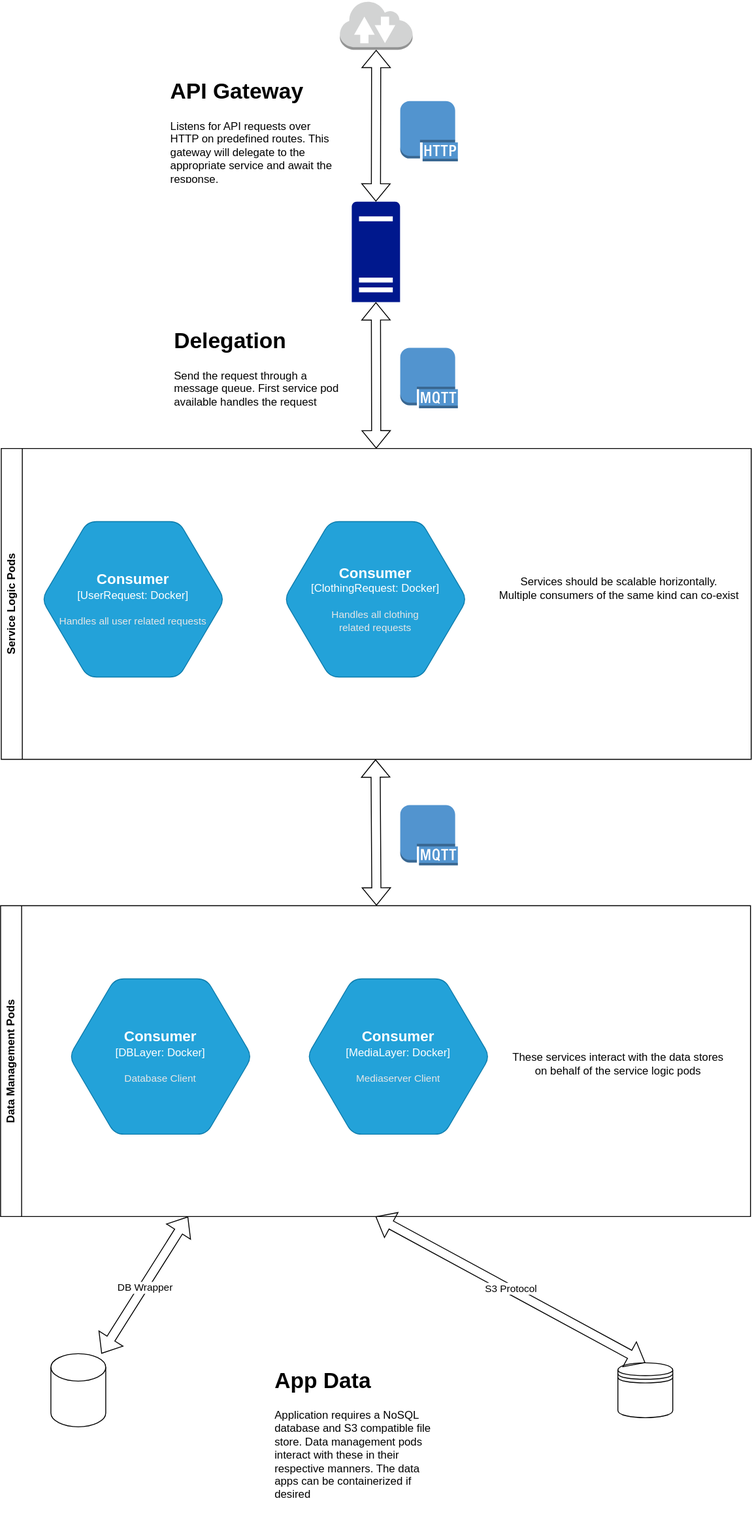
The draw.io diagram src/implementation/figures/service-workflow.drawio.svg in fit-check-app/design-spec, before a commit. Source tidied: cells renumbered, new cells last; positions are measured from the earlier drawing's top-left corner, leaving out a move shared by most shapes.
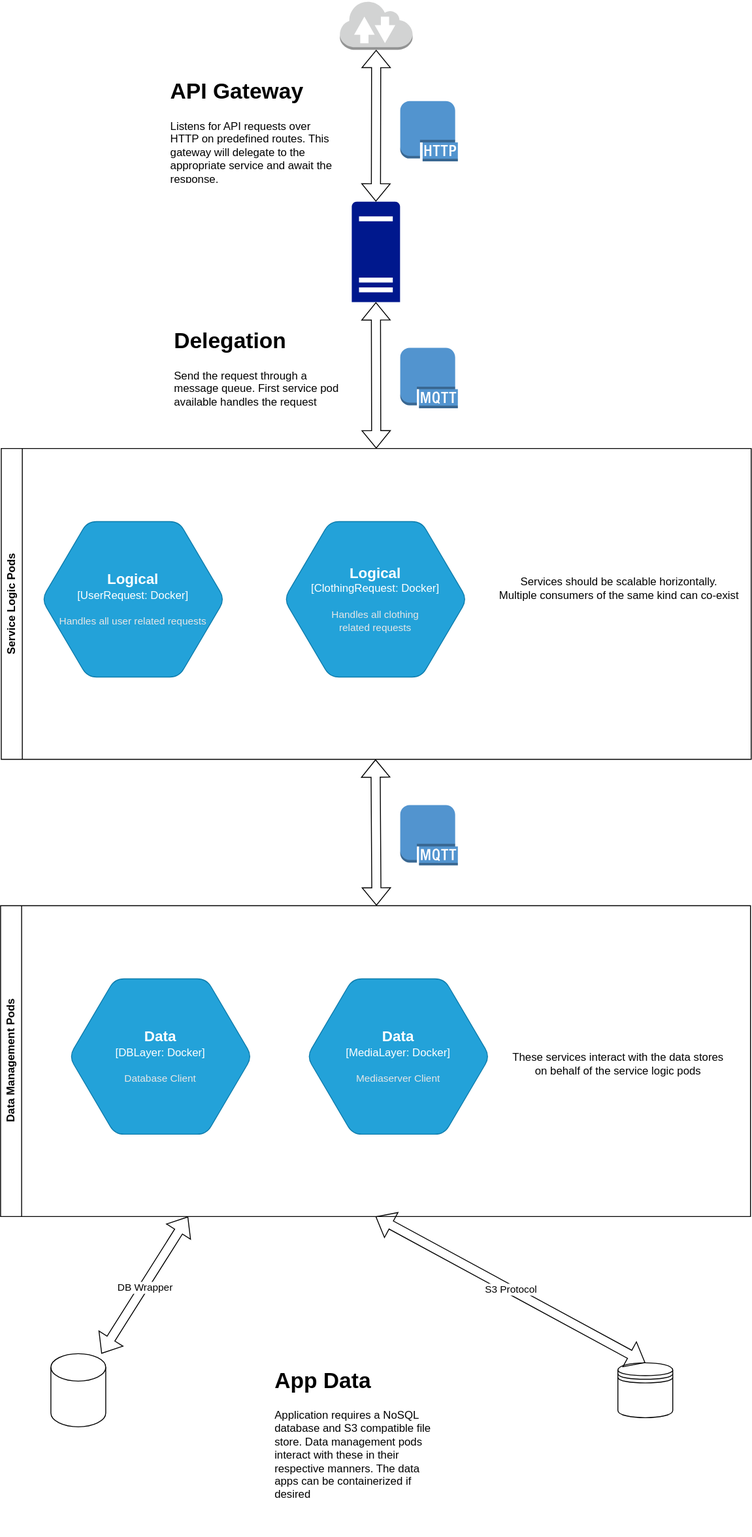
Above is the later version.

Commit message:
Fix workflow consistency

Change to the diagram source:
```diff
@@ -20,12 +20,12 @@
     <mxCell id="7" value="Service Logic Pods" style="swimlane;horizontal=0;whiteSpace=wrap;html=1;" parent="1" vertex="1">
       <mxGeometry x="0.8" y="490" width="820" height="340" as="geometry" />
     </mxCell>
-    <object id="8" label="&lt;font style=&quot;font-size: 16px&quot;&gt;&lt;b&gt;%c4Type%&lt;/b&gt;&lt;/font&gt;&lt;div&gt;[%c4Container%:&amp;nbsp;%c4Technology%]&lt;/div&gt;&lt;br&gt;&lt;div&gt;&lt;font style=&quot;font-size: 11px&quot;&gt;&lt;font color=&quot;#E6E6E6&quot;&gt;%c4Description%&lt;/font&gt;&lt;/div&gt;" c4Container="UserRequest" c4Description="Handles all user related requests" c4Technology="Docker" c4Type="Consumer" placeholders="1">
+    <object id="8" label="&lt;font style=&quot;font-size: 16px&quot;&gt;&lt;b&gt;%c4Type%&lt;/b&gt;&lt;/font&gt;&lt;div&gt;[%c4Container%:&amp;nbsp;%c4Technology%]&lt;/div&gt;&lt;br&gt;&lt;div&gt;&lt;font style=&quot;font-size: 11px&quot;&gt;&lt;font color=&quot;#E6E6E6&quot;&gt;%c4Description%&lt;/font&gt;&lt;/div&gt;" c4Container="UserRequest" c4Description="Handles all user related requests" c4Technology="Docker" c4Type="Logical" placeholders="1">
       <mxCell style="shape=hexagon;size=50;perimeter=hexagonPerimeter2;whiteSpace=wrap;html=1;fixedSize=1;rounded=1;labelBackgroundColor=none;fillColor=#23A2D9;fontSize=12;fontColor=#ffffff;align=center;strokeColor=#0E7DAD;" parent="7" vertex="1">
         <mxGeometry x="44.2" y="80" width="200" height="170" as="geometry" />
       </mxCell>
     </object>
-    <object id="9" label="&lt;font style=&quot;font-size: 16px&quot;&gt;&lt;b&gt;%c4Type%&lt;/b&gt;&lt;/font&gt;&lt;div&gt;[%c4Container%:&amp;nbsp;%c4Technology%]&lt;/div&gt;&lt;br&gt;&lt;div&gt;&lt;font style=&quot;font-size: 11px&quot;&gt;&lt;font color=&quot;#E6E6E6&quot;&gt;%c4Description%&lt;/font&gt;&lt;/div&gt;" c4Container="ClothingRequest" c4Description="Handles all clothing&#10; related requests" c4Technology="Docker" c4Type="Consumer" placeholders="1">
+    <object id="9" label="&lt;font style=&quot;font-size: 16px&quot;&gt;&lt;b&gt;%c4Type%&lt;/b&gt;&lt;/font&gt;&lt;div&gt;[%c4Container%:&amp;nbsp;%c4Technology%]&lt;/div&gt;&lt;br&gt;&lt;div&gt;&lt;font style=&quot;font-size: 11px&quot;&gt;&lt;font color=&quot;#E6E6E6&quot;&gt;%c4Description%&lt;/font&gt;&lt;/div&gt;" c4Container="ClothingRequest" c4Description="Handles all clothing&#10; related requests" c4Technology="Docker" c4Type="Logical" placeholders="1">
       <mxCell style="shape=hexagon;size=50;perimeter=hexagonPerimeter2;whiteSpace=wrap;html=1;fixedSize=1;rounded=1;labelBackgroundColor=none;fillColor=#23A2D9;fontSize=12;fontColor=#ffffff;align=center;strokeColor=#0E7DAD;" parent="7" vertex="1">
         <mxGeometry x="309.2" y="80" width="200" height="170" as="geometry" />
       </mxCell>
@@ -45,12 +45,12 @@
     <mxCell id="14" value="Data Management Pods" style="swimlane;horizontal=0;whiteSpace=wrap;html=1;" parent="1" vertex="1">
       <mxGeometry y="990" width="820" height="340" as="geometry" />
     </mxCell>
-    <object id="15" label="&lt;font style=&quot;font-size: 16px&quot;&gt;&lt;b&gt;%c4Type%&lt;/b&gt;&lt;/font&gt;&lt;div&gt;[%c4Container%:&amp;nbsp;%c4Technology%]&lt;/div&gt;&lt;br&gt;&lt;div&gt;&lt;font style=&quot;font-size: 11px&quot;&gt;&lt;font color=&quot;#E6E6E6&quot;&gt;%c4Description%&lt;/font&gt;&lt;/div&gt;" c4Container="DBLayer" c4Description="Database Client" c4Technology="Docker" c4Type="Consumer" placeholders="1">
+    <object id="15" label="&lt;font style=&quot;font-size: 16px&quot;&gt;&lt;b&gt;%c4Type%&lt;/b&gt;&lt;/font&gt;&lt;div&gt;[%c4Container%:&amp;nbsp;%c4Technology%]&lt;/div&gt;&lt;br&gt;&lt;div&gt;&lt;font style=&quot;font-size: 11px&quot;&gt;&lt;font color=&quot;#E6E6E6&quot;&gt;%c4Description%&lt;/font&gt;&lt;/div&gt;" c4Container="DBLayer" c4Description="Database Client" c4Technology="Docker" c4Type="Data" placeholders="1">
       <mxCell style="shape=hexagon;size=50;perimeter=hexagonPerimeter2;whiteSpace=wrap;html=1;fixedSize=1;rounded=1;labelBackgroundColor=none;fillColor=#23A2D9;fontSize=12;fontColor=#ffffff;align=center;strokeColor=#0E7DAD;" parent="14" vertex="1">
         <mxGeometry x="75" y="80" width="200" height="170" as="geometry" />
       </mxCell>
     </object>
-    <object id="16" label="&lt;font style=&quot;font-size: 16px&quot;&gt;&lt;b&gt;%c4Type%&lt;/b&gt;&lt;/font&gt;&lt;div&gt;[%c4Container%:&amp;nbsp;%c4Technology%]&lt;/div&gt;&lt;br&gt;&lt;div&gt;&lt;font style=&quot;font-size: 11px&quot;&gt;&lt;font color=&quot;#E6E6E6&quot;&gt;%c4Description%&lt;/font&gt;&lt;/div&gt;" c4Container="MediaLayer" c4Description="Mediaserver Client" c4Technology="Docker" c4Type="Consumer" placeholders="1">
+    <object id="16" label="&lt;font style=&quot;font-size: 16px&quot;&gt;&lt;b&gt;%c4Type%&lt;/b&gt;&lt;/font&gt;&lt;div&gt;[%c4Container%:&amp;nbsp;%c4Technology%]&lt;/div&gt;&lt;br&gt;&lt;div&gt;&lt;font style=&quot;font-size: 11px&quot;&gt;&lt;font color=&quot;#E6E6E6&quot;&gt;%c4Description%&lt;/font&gt;&lt;/div&gt;" c4Container="MediaLayer" c4Description="Mediaserver Client" c4Technology="Docker" c4Type="Data" placeholders="1">
       <mxCell style="shape=hexagon;size=50;perimeter=hexagonPerimeter2;whiteSpace=wrap;html=1;fixedSize=1;rounded=1;labelBackgroundColor=none;fillColor=#23A2D9;fontSize=12;fontColor=#ffffff;align=center;strokeColor=#0E7DAD;" parent="14" vertex="1">
         <mxGeometry x="335" y="80" width="200" height="170" as="geometry" />
       </mxCell>
```
